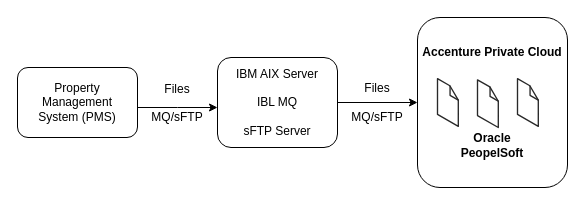
dpenkdcha/draw.io keeps this draw.io diagram as Untitled Diagram.drawio. Above is the earlier version. Source tidied: cells renumbered, new cells numbered last; positions are measured from the earlier drawing's top-left corner, leaving out a move shared by most shapes. Both pictures are drawn from the tidied source at 100%, with x=0, y=0 at pixel (17, 17).
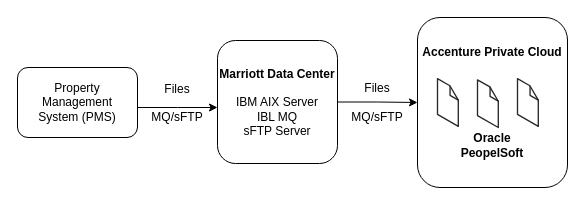
The same page after the edit.

What changed in the source:
```diff
@@
 <mxGraphModel>
   <root>
     <mxCell id="0" />
     <mxCell id="1" parent="0" />
     <mxCell id="2" style="edgeStyle=orthogonalEdgeStyle;rounded=0;jettySize=auto;html=1;" parent="1" edge="1" source="3" target="5">
       <mxGeometry relative="1" as="geometry">
         <Array as="points">
           <mxPoint x="160" y="90" />
           <mxPoint x="160" y="90" />
         </Array>
       </mxGeometry>
     </mxCell>
     <mxCell id="3" value="Property Management &lt;br&gt;System (PMS)" style="whiteSpace=wrap;html=1;rounded=1;" parent="1" vertex="1">
       <mxGeometry y="50" width="120" height="70" as="geometry" />
     </mxCell>
     <mxCell id="4" style="edgeStyle=orthogonalEdgeStyle;rounded=0;jettySize=auto;html=1;" parent="1" edge="1" source="5" target="6">
       <mxGeometry relative="1" as="geometry" />
     </mxCell>
-    <mxCell id="5" value="IBM AIX Server&lt;br&gt;&lt;br&gt;IBL MQ&lt;br&gt;&lt;br&gt;sFTP Server" style="whiteSpace=wrap;html=1;rounded=1;" parent="1" vertex="1">
-      <mxGeometry x="200" y="40" width="120" height="90" as="geometry" />
+    <mxCell id="5" value="&lt;b&gt;Marriott Data Center&lt;/b&gt;&lt;br&gt;&lt;br&gt;IBM AIX Server&lt;br&gt;IBL MQ&lt;br&gt;sFTP Server" style="whiteSpace=wrap;html=1;rounded=1;" parent="1" vertex="1">
+      <mxGeometry x="200" y="23" width="120" height="123" as="geometry" />
     </mxCell>
     <mxCell id="6" value="&lt;b&gt;Accenture Private Cloud&lt;br&gt;&lt;br&gt;&lt;br&gt;&lt;br&gt;&lt;br&gt;&lt;br&gt;Oracle&lt;br&gt;PeopelSoft&lt;br&gt;&lt;/b&gt;" style="whiteSpace=wrap;html=1;rounded=1;" parent="1" vertex="1">
       <mxGeometry x="400" width="150" height="170" as="geometry" />
     </mxCell>
     <mxCell id="7" style="verticalLabelPosition=bottom;html=1;verticalAlign=top;strokeWidth=1;align=center;dashed=0;shape=mxgraph.aws3d.file;strokeColor=#292929;" parent="1" vertex="1">
       <mxGeometry x="420" y="61.2" width="20.8" height="47.7" as="geometry" />
     </mxCell>
     <mxCell id="8" style="verticalLabelPosition=bottom;html=1;verticalAlign=top;strokeWidth=1;align=center;dashed=0;shape=mxgraph.aws3d.file;strokeColor=#292929;" parent="1" vertex="1">
       <mxGeometry x="460" y="62.3" width="20.8" height="47.7" as="geometry" />
     </mxCell>
     <mxCell id="9" style="verticalLabelPosition=bottom;html=1;verticalAlign=top;strokeWidth=1;align=center;dashed=0;shape=mxgraph.aws3d.file;strokeColor=#292929;" parent="1" vertex="1">
       <mxGeometry x="500" y="61.2" width="20.8" height="47.7" as="geometry" />
     </mxCell>
     <mxCell id="10" value="Files" style="text;html=1;strokeColor=none;fillColor=none;align=center;verticalAlign=middle;whiteSpace=wrap;overflow=hidden;" parent="1" vertex="1">
       <mxGeometry x="120" y="62.3" width="80" height="20" as="geometry" />
     </mxCell>
     <mxCell id="11" value="Files" style="text;html=1;strokeColor=none;fillColor=none;align=center;verticalAlign=middle;whiteSpace=wrap;overflow=hidden;" parent="1" vertex="1">
       <mxGeometry x="320" y="61.2" width="80" height="20" as="geometry" />
     </mxCell>
     <mxCell id="12" value="MQ/sFTP" style="text;html=1;strokeColor=none;fillColor=none;align=center;verticalAlign=middle;whiteSpace=wrap;overflow=hidden;" parent="1" vertex="1">
       <mxGeometry x="320" y="90" width="80" height="20" as="geometry" />
     </mxCell>
     <mxCell id="13" value="MQ/sFTP" style="text;html=1;strokeColor=none;fillColor=none;align=center;verticalAlign=middle;whiteSpace=wrap;overflow=hidden;" parent="1" vertex="1">
       <mxGeometry x="120" y="90" width="80" height="20" as="geometry" />
     </mxCell>
   </root>
 </mxGraphModel>
```
